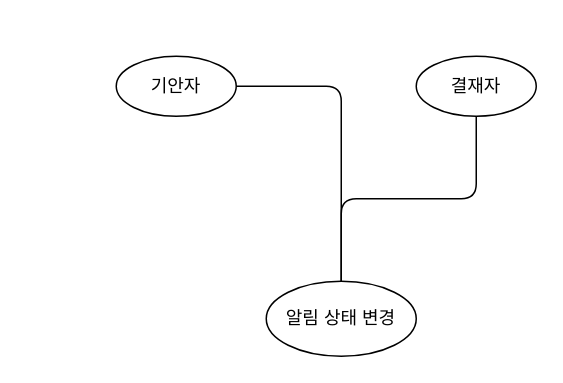
sunday1284/jsp_spring02 keeps this draw.io diagram as document/알림 및 시스템 연동.drawio. Above is the earlier version. Source tidied: cells renumbered, new cells numbered last; positions are measured from the earlier drawing's top-left corner, leaving out a move shared by most shapes. Both pictures are drawn from the tidied source at 150%, with x=0, y=0 at pixel (116, 56).
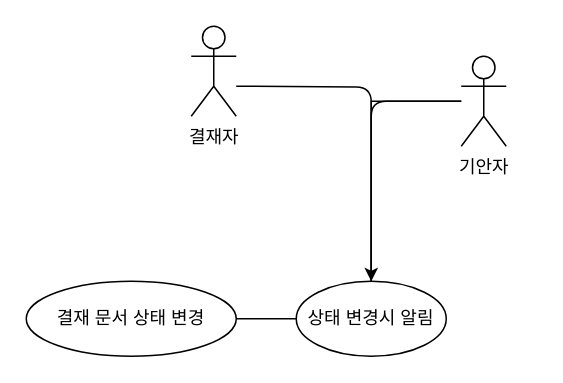
After the change.

Commit message:
알림 및 시스템 연동.drawio 업데이트

Change to the diagram source:
```diff
@@
 <mxGraphModel>
   <root>
     <mxCell id="0" />
     <mxCell id="1" parent="0" />
-    <mxCell id="2" value="기안자" style="ellipse;whiteSpace=wrap;html=1;" parent="1" vertex="1">
-      <mxGeometry width="80" height="40" as="geometry" />
-    </mxCell>
-    <mxCell id="3" value="결재자" style="ellipse;whiteSpace=wrap;html=1;" parent="1" vertex="1">
-      <mxGeometry x="200" width="80" height="40" as="geometry" />
-    </mxCell>
-    <mxCell id="4" value="알림 상태 변경" style="ellipse;whiteSpace=wrap;html=1;" parent="1" vertex="1">
-      <mxGeometry x="100" y="150" width="100" height="50" as="geometry" />
+    <mxCell id="4" value="상태 변경시 알림" style="ellipse;whiteSpace=wrap;html=1;" parent="1" vertex="1">
+      <mxGeometry x="120" y="150" width="100" height="50" as="geometry" />
     </mxCell>
-    <mxCell id="5" style="edgeStyle=orthogonalEdgeStyle;endArrow=none;" parent="1" edge="1" source="2" target="4">
-      <mxGeometry relative="1" as="geometry" />
+    <mxCell id="5" style="edgeStyle=orthogonalEdgeStyle;endArrow=none;" parent="1" edge="1" target="4">
+      <mxGeometry relative="1" as="geometry">
+        <mxPoint x="80" y="20" as="sourcePoint" />
+      </mxGeometry>
     </mxCell>
-    <mxCell id="6" style="edgeStyle=orthogonalEdgeStyle;endArrow=none;" parent="1" edge="1" source="3" target="4">
+    <mxCell id="6" style="edgeStyle=orthogonalEdgeStyle;endArrow=none;" parent="1" edge="1" source="2" target="4">
       <mxGeometry relative="1" as="geometry" />
     </mxCell>
+    <mxCell id="7" value="결재 문서 상태 변경" style="ellipse;whiteSpace=wrap;html=1;" parent="1" vertex="1">
+      <mxGeometry x="-60" y="150" width="140" height="50" as="geometry" />
+    </mxCell>
+    <mxCell id="8" style="endArrow=none;html=1;rounded=0;exitX=1;exitY=0.5;exitDx=0;exitDy=0;entryX=0;entryY=0.5;entryDx=0;entryDy=0;" parent="1" edge="1" source="7" target="4">
+      <mxGeometry relative="1" as="geometry" />
+    </mxCell>
+    <mxCell id="3" value="결재자" style="shape=umlActor;verticalLabelPosition=bottom;verticalAlign=top;html=1;outlineConnect=0;" parent="1" vertex="1">
+      <mxGeometry x="50" y="-20" width="30" height="60" as="geometry" />
+    </mxCell>
+    <mxCell id="9" style="edgeStyle=orthogonalEdgeStyle;rounded=0;jettySize=auto;html=1;" parent="1" edge="1" source="2" target="4">
+      <mxGeometry relative="1" as="geometry" />
+    </mxCell>
+    <mxCell id="2" value="기안자" style="shape=umlActor;verticalLabelPosition=bottom;verticalAlign=top;html=1;outlineConnect=0;" parent="1" vertex="1">
+      <mxGeometry x="230" width="30" height="60" as="geometry" />
+    </mxCell>
   </root>
 </mxGraphModel>
```
